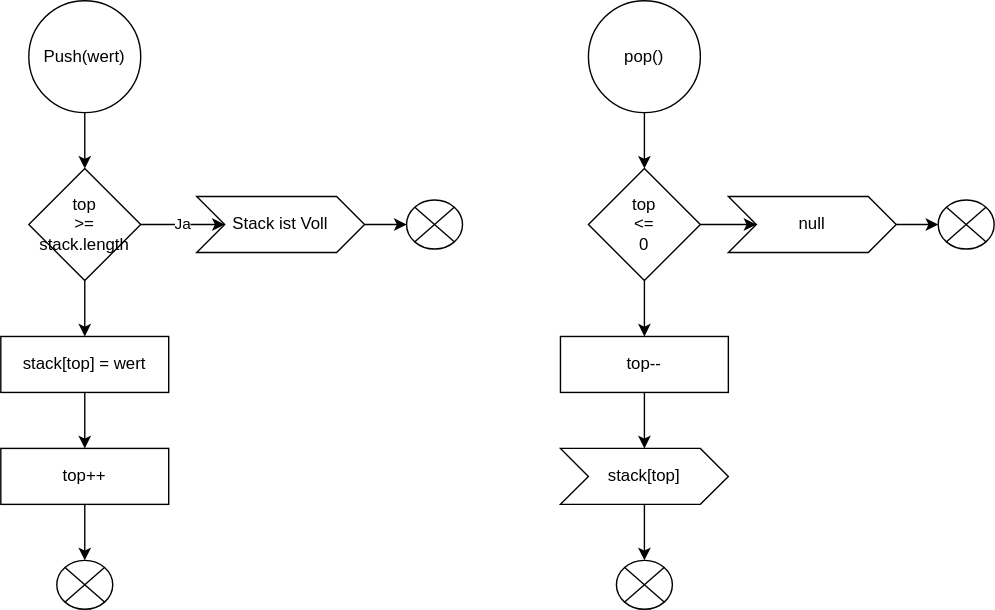
Above: img/Stack_Diagram.drawio.svg in amariwan/Stack-Queue-LinkedList (draw.io), before the change. Source tidied: cells renumbered, new cells last; positions are measured from the earlier drawing's top-left corner, leaving out a move shared by most shapes. The source it was exported from:
```xml
<mxGraphModel>
  <root>
    <mxCell id="0" />
    <mxCell id="1" parent="0" />
    <mxCell id="2" style="edgeStyle=orthogonalEdgeStyle;rounded=0;jettySize=auto;html=1;" parent="1" edge="1" source="3" target="6">
      <mxGeometry relative="1" as="geometry" />
    </mxCell>
    <mxCell id="3" value="Push(wert)" style="ellipse;whiteSpace=wrap;html=1;" parent="1" vertex="1">
      <mxGeometry x="20" width="80" height="80" as="geometry" />
    </mxCell>
    <mxCell id="4" value="Ja" style="edgeStyle=orthogonalEdgeStyle;rounded=0;jettySize=auto;html=1;" parent="1" edge="1" source="6" target="8">
      <mxGeometry relative="1" as="geometry" />
    </mxCell>
    <mxCell id="5" style="edgeStyle=orthogonalEdgeStyle;rounded=0;jettySize=auto;html=1;" parent="1" edge="1" source="6" target="11">
      <mxGeometry relative="1" as="geometry" />
    </mxCell>
    <mxCell id="6" value="top &lt;br&gt;&amp;gt;= stack.length" style="rhombus;whiteSpace=wrap;html=1;" parent="1" vertex="1">
      <mxGeometry x="20" y="120" width="80" height="80" as="geometry" />
    </mxCell>
    <mxCell id="7" style="edgeStyle=orthogonalEdgeStyle;rounded=0;jettySize=auto;html=1;" parent="1" edge="1" source="8" target="9">
      <mxGeometry relative="1" as="geometry" />
    </mxCell>
    <mxCell id="8" value="Stack ist Voll" style="shape=step;perimeter=stepPerimeter;whiteSpace=wrap;html=1;fixedSize=1;" parent="1" vertex="1">
      <mxGeometry x="140" y="140" width="120" height="40" as="geometry" />
    </mxCell>
    <mxCell id="9" style="verticalLabelPosition=bottom;verticalAlign=top;html=1;shape=mxgraph.flowchart.or;" parent="1" vertex="1">
      <mxGeometry x="290" y="142.5" width="40" height="35" as="geometry" />
    </mxCell>
    <mxCell id="10" style="edgeStyle=orthogonalEdgeStyle;rounded=0;jettySize=auto;html=1;" parent="1" edge="1" source="11" target="13">
      <mxGeometry relative="1" as="geometry" />
    </mxCell>
    <mxCell id="11" value="stack[top] = wert" style="rounded=0;whiteSpace=wrap;html=1;" parent="1" vertex="1">
      <mxGeometry y="240" width="120" height="40" as="geometry" />
    </mxCell>
    <mxCell id="12" style="edgeStyle=orthogonalEdgeStyle;rounded=0;jettySize=auto;html=1;" parent="1" edge="1" source="13" target="14">
      <mxGeometry relative="1" as="geometry" />
    </mxCell>
    <mxCell id="13" value="top++" style="rounded=0;whiteSpace=wrap;html=1;" parent="1" vertex="1">
      <mxGeometry y="320" width="120" height="40" as="geometry" />
    </mxCell>
    <mxCell id="14" style="verticalLabelPosition=bottom;verticalAlign=top;html=1;shape=mxgraph.flowchart.or;" parent="1" vertex="1">
      <mxGeometry x="40" y="400" width="40" height="35" as="geometry" />
    </mxCell>
    <mxCell id="15" style="edgeStyle=orthogonalEdgeStyle;rounded=0;jettySize=auto;html=1;" parent="1" edge="1" source="16" target="19">
      <mxGeometry relative="1" as="geometry" />
    </mxCell>
    <mxCell id="16" value="pop()" style="ellipse;whiteSpace=wrap;html=1;" parent="1" vertex="1">
      <mxGeometry x="420" width="80" height="80" as="geometry" />
    </mxCell>
    <mxCell id="17" style="edgeStyle=orthogonalEdgeStyle;rounded=0;jettySize=auto;html=1;entryX=0;entryY=0.5;entryDx=0;entryDy=0;" parent="1" edge="1" source="19" target="21">
      <mxGeometry relative="1" as="geometry" />
    </mxCell>
    <mxCell id="18" style="edgeStyle=orthogonalEdgeStyle;rounded=0;jettySize=auto;html=1;" parent="1" edge="1" source="19" target="24">
      <mxGeometry relative="1" as="geometry" />
    </mxCell>
    <mxCell id="19" value="top &lt;br&gt;&amp;lt;= &lt;br&gt;0" style="rhombus;whiteSpace=wrap;html=1;" parent="1" vertex="1">
      <mxGeometry x="420" y="120" width="80" height="80" as="geometry" />
    </mxCell>
    <mxCell id="20" style="edgeStyle=orthogonalEdgeStyle;rounded=0;jettySize=auto;html=1;" parent="1" edge="1" source="21" target="22">
      <mxGeometry relative="1" as="geometry" />
    </mxCell>
    <mxCell id="21" value="null" style="shape=step;perimeter=stepPerimeter;whiteSpace=wrap;html=1;fixedSize=1;" parent="1" vertex="1">
      <mxGeometry x="520" y="140" width="120" height="40" as="geometry" />
    </mxCell>
    <mxCell id="22" style="verticalLabelPosition=bottom;verticalAlign=top;html=1;shape=mxgraph.flowchart.or;" parent="1" vertex="1">
      <mxGeometry x="670" y="142.5" width="40" height="35" as="geometry" />
    </mxCell>
    <mxCell id="23" style="edgeStyle=orthogonalEdgeStyle;rounded=0;jettySize=auto;html=1;" parent="1" edge="1" source="24" target="26">
      <mxGeometry relative="1" as="geometry" />
    </mxCell>
    <mxCell id="24" value="top--" style="rounded=0;whiteSpace=wrap;html=1;" parent="1" vertex="1">
      <mxGeometry x="400" y="240" width="120" height="40" as="geometry" />
    </mxCell>
    <mxCell id="25" style="edgeStyle=orthogonalEdgeStyle;rounded=0;jettySize=auto;html=1;" parent="1" edge="1" source="26" target="27">
      <mxGeometry relative="1" as="geometry" />
    </mxCell>
    <mxCell id="26" value="stack[top]" style="shape=step;perimeter=stepPerimeter;whiteSpace=wrap;html=1;fixedSize=1;" parent="1" vertex="1">
      <mxGeometry x="400" y="320" width="120" height="40" as="geometry" />
    </mxCell>
    <mxCell id="27" style="verticalLabelPosition=bottom;verticalAlign=top;html=1;shape=mxgraph.flowchart.or;" parent="1" vertex="1">
      <mxGeometry x="440" y="400" width="40" height="35" as="geometry" />
    </mxCell>
  </root>
</mxGraphModel>
```
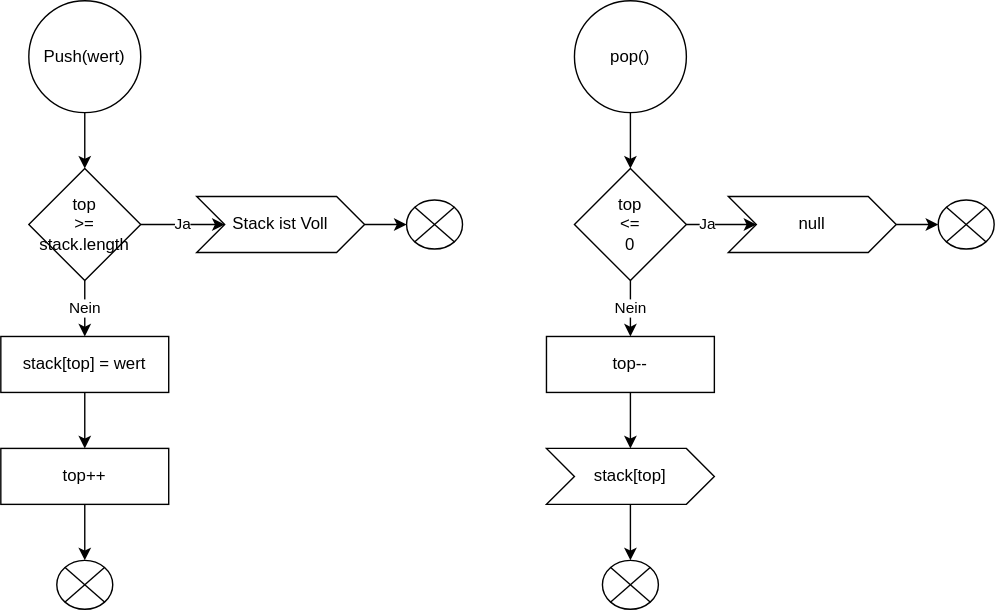
Above is the later version.

Change to the diagram source:
```diff
@@ -11,7 +11,7 @@
     <mxCell id="4" value="Ja" style="edgeStyle=orthogonalEdgeStyle;rounded=0;jettySize=auto;html=1;" parent="1" edge="1" source="6" target="8">
       <mxGeometry relative="1" as="geometry" />
     </mxCell>
-    <mxCell id="5" style="edgeStyle=orthogonalEdgeStyle;rounded=0;jettySize=auto;html=1;" parent="1" edge="1" source="6" target="11">
+    <mxCell id="5" value="Nein" style="edgeStyle=orthogonalEdgeStyle;rounded=0;jettySize=auto;html=1;" parent="1" edge="1" source="6" target="11">
       <mxGeometry relative="1" as="geometry" />
     </mxCell>
     <mxCell id="6" value="top &lt;br&gt;&amp;gt;= stack.length" style="rhombus;whiteSpace=wrap;html=1;" parent="1" vertex="1">
@@ -45,16 +45,16 @@
       <mxGeometry relative="1" as="geometry" />
     </mxCell>
     <mxCell id="16" value="pop()" style="ellipse;whiteSpace=wrap;html=1;" parent="1" vertex="1">
-      <mxGeometry x="420" width="80" height="80" as="geometry" />
+      <mxGeometry x="410" width="80" height="80" as="geometry" />
     </mxCell>
-    <mxCell id="17" style="edgeStyle=orthogonalEdgeStyle;rounded=0;jettySize=auto;html=1;entryX=0;entryY=0.5;entryDx=0;entryDy=0;" parent="1" edge="1" source="19" target="21">
+    <mxCell id="17" value="Ja" style="edgeStyle=orthogonalEdgeStyle;rounded=0;jettySize=auto;html=1;entryX=0;entryY=0.5;entryDx=0;entryDy=0;" parent="1" edge="1" source="19" target="21">
       <mxGeometry relative="1" as="geometry" />
     </mxCell>
-    <mxCell id="18" style="edgeStyle=orthogonalEdgeStyle;rounded=0;jettySize=auto;html=1;" parent="1" edge="1" source="19" target="24">
+    <mxCell id="18" value="Nein" style="edgeStyle=orthogonalEdgeStyle;rounded=0;jettySize=auto;html=1;" parent="1" edge="1" source="19" target="24">
       <mxGeometry relative="1" as="geometry" />
     </mxCell>
     <mxCell id="19" value="top &lt;br&gt;&amp;lt;= &lt;br&gt;0" style="rhombus;whiteSpace=wrap;html=1;" parent="1" vertex="1">
-      <mxGeometry x="420" y="120" width="80" height="80" as="geometry" />
+      <mxGeometry x="410" y="120" width="80" height="80" as="geometry" />
     </mxCell>
     <mxCell id="20" style="edgeStyle=orthogonalEdgeStyle;rounded=0;jettySize=auto;html=1;" parent="1" edge="1" source="21" target="22">
       <mxGeometry relative="1" as="geometry" />
@@ -69,16 +69,16 @@
       <mxGeometry relative="1" as="geometry" />
     </mxCell>
     <mxCell id="24" value="top--" style="rounded=0;whiteSpace=wrap;html=1;" parent="1" vertex="1">
-      <mxGeometry x="400" y="240" width="120" height="40" as="geometry" />
+      <mxGeometry x="390" y="240" width="120" height="40" as="geometry" />
     </mxCell>
     <mxCell id="25" style="edgeStyle=orthogonalEdgeStyle;rounded=0;jettySize=auto;html=1;" parent="1" edge="1" source="26" target="27">
       <mxGeometry relative="1" as="geometry" />
     </mxCell>
     <mxCell id="26" value="stack[top]" style="shape=step;perimeter=stepPerimeter;whiteSpace=wrap;html=1;fixedSize=1;" parent="1" vertex="1">
-      <mxGeometry x="400" y="320" width="120" height="40" as="geometry" />
+      <mxGeometry x="390" y="320" width="120" height="40" as="geometry" />
     </mxCell>
     <mxCell id="27" style="verticalLabelPosition=bottom;verticalAlign=top;html=1;shape=mxgraph.flowchart.or;" parent="1" vertex="1">
-      <mxGeometry x="440" y="400" width="40" height="35" as="geometry" />
+      <mxGeometry x="430" y="400" width="40" height="35" as="geometry" />
     </mxCell>
   </root>
 </mxGraphModel>
```
